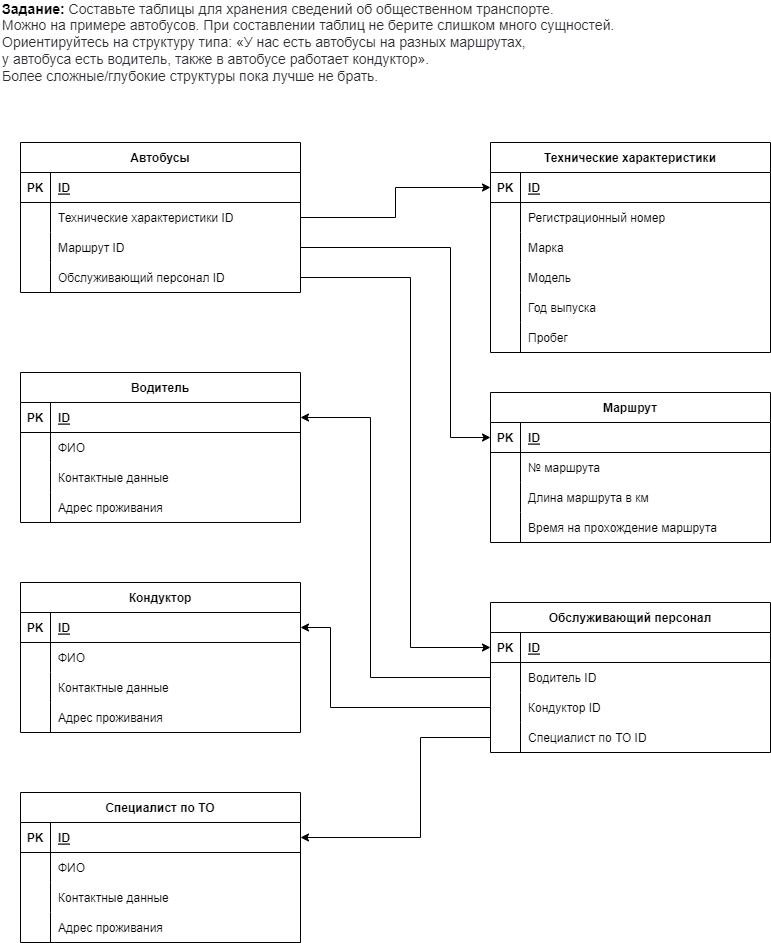
Before: Data_bases_hw_1/Data_Base_BUS.drawio.png, a diagram exported from draw.io (CrazyKirpich/GeekBrains_Data_Bases_Course). Source tidied: cells renumbered, new cells last; positions are measured from the earlier drawing's top-left corner, leaving out a move shared by most shapes.
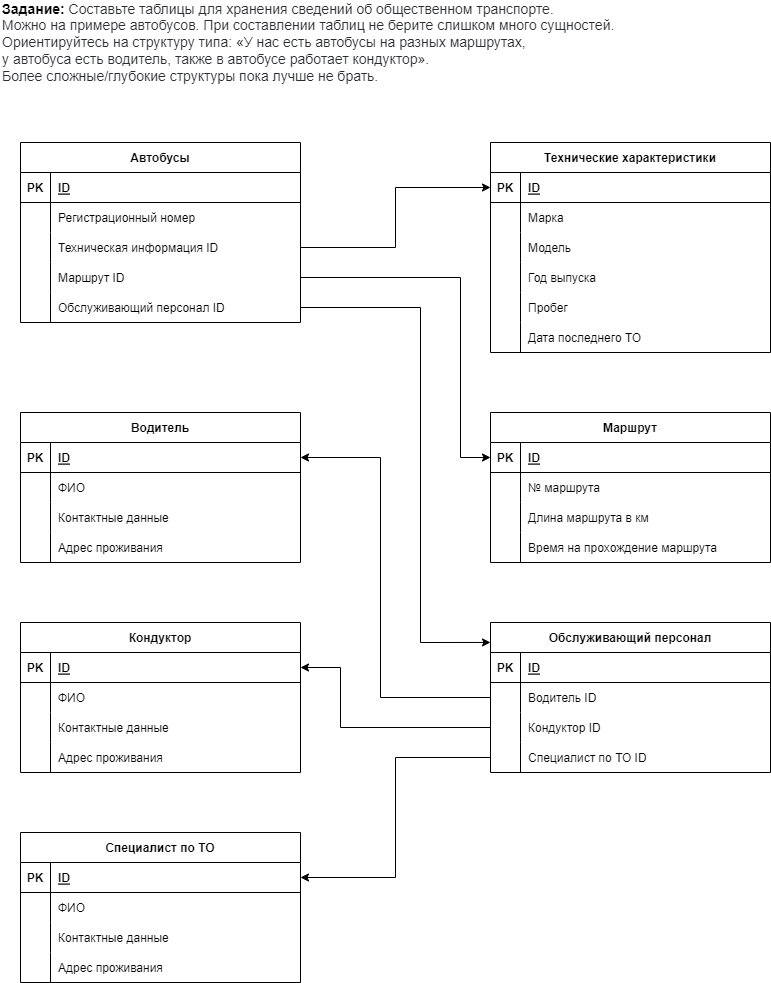
After the change.

Commit message:
fix Data_bases_hw_1

Change to the diagram source:
```diff
@@ -3,7 +3,7 @@
     <mxCell id="0" />
     <mxCell id="1" parent="0" />
     <mxCell id="2" value="Автобусы" style="shape=table;startSize=30;rowLines=0;fontStyle=1;align=center;" parent="1" vertex="1">
-      <mxGeometry x="20" y="140" width="280" height="150" as="geometry" />
+      <mxGeometry x="20" y="140" width="280" height="180" as="geometry" />
     </mxCell>
     <mxCell id="3" style="shape=tableRow;horizontal=0;startSize=0;swimlaneHead=0;swimlaneBody=0;fillColor=none;top=0;left=0;right=0;bottom=1;" parent="2" vertex="1">
       <mxGeometry y="30" width="280" height="30" as="geometry" />
@@ -14,17 +14,26 @@
     <mxCell id="5" value="ID" style="shape=partialRectangle;fillColor=none;top=0;left=0;bottom=0;right=0;align=left;spacingLeft=6;fontStyle=5;overflow=hidden;" parent="3" vertex="1">
       <mxGeometry x="30" width="250" height="30" as="geometry" />
     </mxCell>
+    <mxCell id="106" style="shape=tableRow;horizontal=0;startSize=0;swimlaneHead=0;swimlaneBody=0;fillColor=none;top=0;left=0;right=0;bottom=0;" parent="2" vertex="1">
+      <mxGeometry y="60" width="280" height="30" as="geometry" />
+    </mxCell>
+    <mxCell id="107" style="shape=partialRectangle;fillColor=none;top=0;left=0;bottom=0;right=0;overflow=hidden;" parent="106" vertex="1">
+      <mxGeometry width="30" height="30" as="geometry" />
+    </mxCell>
+    <mxCell id="108" value="Регистрационный номер" style="shape=partialRectangle;fillColor=none;top=0;left=0;bottom=0;right=0;align=left;spacingLeft=6;overflow=hidden;" parent="106" vertex="1">
+      <mxGeometry x="30" width="250" height="30" as="geometry" />
+    </mxCell>
     <mxCell id="6" style="shape=tableRow;horizontal=0;startSize=0;swimlaneHead=0;swimlaneBody=0;fillColor=none;points=[[0,0.5],[1,0.5]];portConstraint=eastwest;top=0;left=0;right=0;bottom=0;" parent="2" vertex="1">
-      <mxGeometry y="60" width="280" height="30" as="geometry" />
+      <mxGeometry y="90" width="280" height="30" as="geometry" />
     </mxCell>
     <mxCell id="7" style="shape=partialRectangle;fillColor=none;top=0;left=0;bottom=0;right=0;overflow=hidden;" parent="6" vertex="1">
       <mxGeometry width="30" height="30" as="geometry" />
     </mxCell>
-    <mxCell id="8" value="Технические характеристики ID" style="shape=partialRectangle;fillColor=none;top=0;left=0;bottom=0;right=0;align=left;spacingLeft=6;overflow=hidden;" parent="6" vertex="1">
+    <mxCell id="8" value="Техническая информация ID" style="shape=partialRectangle;fillColor=none;top=0;left=0;bottom=0;right=0;align=left;spacingLeft=6;overflow=hidden;" parent="6" vertex="1">
       <mxGeometry x="30" width="250" height="30" as="geometry" />
     </mxCell>
     <mxCell id="9" style="shape=tableRow;horizontal=0;startSize=0;swimlaneHead=0;swimlaneBody=0;fillColor=none;points=[[0,0.5],[1,0.5]];portConstraint=eastwest;top=0;left=0;right=0;bottom=0;" parent="2" vertex="1">
-      <mxGeometry y="90" width="280" height="30" as="geometry" />
+      <mxGeometry y="120" width="280" height="30" as="geometry" />
     </mxCell>
     <mxCell id="10" style="shape=partialRectangle;fillColor=none;top=0;left=0;bottom=0;right=0;overflow=hidden;" parent="9" vertex="1">
       <mxGeometry width="30" height="30" as="geometry" />
@@ -33,7 +42,7 @@
       <mxGeometry x="30" width="250" height="30" as="geometry" />
     </mxCell>
     <mxCell id="12" style="shape=tableRow;horizontal=0;startSize=0;swimlaneHead=0;swimlaneBody=0;fillColor=none;points=[[0,0.5],[1,0.5]];portConstraint=eastwest;top=0;left=0;right=0;bottom=0;" parent="2" vertex="1">
-      <mxGeometry y="120" width="280" height="30" as="geometry" />
+      <mxGeometry y="150" width="280" height="30" as="geometry" />
     </mxCell>
     <mxCell id="13" style="shape=partialRectangle;fillColor=none;top=0;left=0;bottom=0;right=0;overflow=hidden;" parent="12" vertex="1">
       <mxGeometry width="30" height="30" as="geometry" />
@@ -53,44 +62,35 @@
     <mxCell id="18" value="ID" style="shape=partialRectangle;fillColor=none;top=0;left=0;bottom=0;right=0;align=left;spacingLeft=6;fontStyle=5;overflow=hidden;" parent="16" vertex="1">
       <mxGeometry x="30" width="250" height="30" as="geometry" />
     </mxCell>
-    <mxCell id="19" style="shape=tableRow;horizontal=0;startSize=0;swimlaneHead=0;swimlaneBody=0;fillColor=none;top=0;left=0;right=0;bottom=0;strokeColor=default;" parent="15" vertex="1">
-      <mxGeometry y="60" width="280" height="30" as="geometry" />
-    </mxCell>
-    <mxCell id="20" style="shape=partialRectangle;fillColor=none;top=0;left=0;bottom=0;right=0;overflow=hidden;strokeColor=default;" parent="19" vertex="1">
-      <mxGeometry width="30" height="30" as="geometry" />
-    </mxCell>
-    <mxCell id="21" value="Регистрационный номер" style="shape=partialRectangle;fillColor=none;top=0;left=0;bottom=0;right=0;align=left;spacingLeft=6;overflow=hidden;strokeColor=default;" parent="19" vertex="1">
-      <mxGeometry x="30" width="250" height="30" as="geometry" />
-    </mxCell>
+    <mxCell id="109" style="shape=tableRow;horizontal=0;startSize=0;swimlaneHead=0;swimlaneBody=0;fillColor=none;top=0;left=0;right=0;bottom=0;" parent="15" vertex="1">
+      <mxGeometry y="60" width="280" height="30" as="geometry" />
+    </mxCell>
+    <mxCell id="110" style="shape=partialRectangle;fillColor=none;top=0;left=0;bottom=0;right=0;overflow=hidden;" parent="109" vertex="1">
+      <mxGeometry width="30" height="30" as="geometry" />
+    </mxCell>
+    <mxCell id="24" value="Марка" style="shape=partialRectangle;fillColor=none;top=0;left=0;bottom=0;right=0;align=left;spacingLeft=6;overflow=hidden;" parent="109" vertex="1">
+      <mxGeometry x="30" width="250" height="30" as="geometry" />
+    </mxCell>
     <mxCell id="22" style="shape=tableRow;horizontal=0;startSize=0;swimlaneHead=0;swimlaneBody=0;fillColor=none;top=0;left=0;right=0;bottom=0;" parent="15" vertex="1">
       <mxGeometry y="90" width="280" height="30" as="geometry" />
     </mxCell>
-    <mxCell id="23" style="shape=partialRectangle;fillColor=none;top=0;left=0;bottom=0;right=0;overflow=hidden;" parent="22" vertex="1">
-      <mxGeometry width="30" height="30" as="geometry" />
-    </mxCell>
-    <mxCell id="24" value="Марка " style="shape=partialRectangle;fillColor=none;top=0;left=0;bottom=0;right=0;align=left;spacingLeft=6;overflow=hidden;" parent="22" vertex="1">
-      <mxGeometry x="30" width="250" height="30" as="geometry" />
-    </mxCell>
+    <mxCell id="111" style="shape=partialRectangle;fillColor=none;top=0;left=0;bottom=0;right=0;overflow=hidden;" parent="22" vertex="1">
+      <mxGeometry width="30" height="30" as="geometry" />
+    </mxCell>
+    <mxCell id="27" value="Модель" style="shape=partialRectangle;fillColor=none;top=0;left=0;bottom=0;right=0;align=left;spacingLeft=6;overflow=hidden;" parent="22" vertex="1">
+      <mxGeometry x="30" width="250" height="30" as="geometry" />
+    </mxCell>
     <mxCell id="25" style="shape=tableRow;horizontal=0;startSize=0;swimlaneHead=0;swimlaneBody=0;fillColor=none;top=0;left=0;right=0;bottom=0;" parent="15" vertex="1">
       <mxGeometry y="120" width="280" height="30" as="geometry" />
     </mxCell>
-    <mxCell id="26" style="shape=partialRectangle;fillColor=none;top=0;left=0;bottom=0;right=0;overflow=hidden;" parent="25" vertex="1">
-      <mxGeometry width="30" height="30" as="geometry" />
-    </mxCell>
-    <mxCell id="27" value="Модель" style="shape=partialRectangle;fillColor=none;top=0;left=0;bottom=0;right=0;align=left;spacingLeft=6;overflow=hidden;" parent="25" vertex="1">
-      <mxGeometry x="30" width="250" height="30" as="geometry" />
-    </mxCell>
-    <mxCell id="28" style="shape=tableRow;horizontal=0;startSize=0;swimlaneHead=0;swimlaneBody=0;fillColor=none;top=0;left=0;right=0;bottom=0;" parent="15" vertex="1">
-      <mxGeometry y="150" width="280" height="30" as="geometry" />
-    </mxCell>
-    <mxCell id="29" style="shape=partialRectangle;fillColor=none;top=0;left=0;bottom=0;right=0;overflow=hidden;" parent="28" vertex="1">
-      <mxGeometry width="30" height="30" as="geometry" />
-    </mxCell>
+    <mxCell id="112" style="shape=partialRectangle;fillColor=none;top=0;left=0;bottom=0;right=0;overflow=hidden;" parent="25" vertex="1">
+      <mxGeometry width="30" height="30" as="geometry" />
+    </mxCell>
-    <mxCell id="30" value="Год выпуска" style="shape=partialRectangle;fillColor=none;top=0;left=0;bottom=0;right=0;align=left;spacingLeft=6;overflow=hidden;" parent="28" vertex="1">
+    <mxCell id="30" value="Год выпуска" style="shape=partialRectangle;fillColor=none;top=0;left=0;bottom=0;right=0;align=left;spacingLeft=6;overflow=hidden;" parent="25" vertex="1">
       <mxGeometry x="30" width="250" height="30" as="geometry" />
     </mxCell>
     <mxCell id="31" style="shape=tableRow;horizontal=0;startSize=0;swimlaneHead=0;swimlaneBody=0;fillColor=none;top=0;left=0;right=0;bottom=0;strokeColor=default;" parent="15" vertex="1">
-      <mxGeometry y="180" width="280" height="30" as="geometry" />
+      <mxGeometry y="150" width="280" height="30" as="geometry" />
     </mxCell>
     <mxCell id="32" style="shape=partialRectangle;fillColor=none;top=0;left=0;bottom=0;right=0;overflow=hidden;strokeColor=default;" parent="31" vertex="1">
       <mxGeometry width="30" height="30" as="geometry" />
@@ -98,8 +98,17 @@
     <mxCell id="33" value="Пробег" style="shape=partialRectangle;fillColor=none;top=0;left=0;bottom=0;right=0;align=left;spacingLeft=6;overflow=hidden;strokeColor=default;" parent="31" vertex="1">
       <mxGeometry x="30" width="250" height="30" as="geometry" />
     </mxCell>
+    <mxCell id="19" style="shape=tableRow;horizontal=0;startSize=0;swimlaneHead=0;swimlaneBody=0;fillColor=none;top=0;left=0;right=0;bottom=0;strokeColor=default;" parent="15" vertex="1">
+      <mxGeometry y="180" width="280" height="30" as="geometry" />
+    </mxCell>
+    <mxCell id="20" style="shape=partialRectangle;fillColor=none;top=0;left=0;bottom=0;right=0;overflow=hidden;strokeColor=default;" parent="19" vertex="1">
+      <mxGeometry width="30" height="30" as="geometry" />
+    </mxCell>
+    <mxCell id="21" value="Дата последнего ТО" style="shape=partialRectangle;fillColor=none;top=0;left=0;bottom=0;right=0;align=left;spacingLeft=6;overflow=hidden;strokeColor=default;" parent="19" vertex="1">
+      <mxGeometry x="30" width="250" height="30" as="geometry" />
+    </mxCell>
     <mxCell id="34" value="Маршрут" style="shape=table;startSize=30;rowLines=0;fontStyle=1;align=center;" parent="1" vertex="1">
-      <mxGeometry x="490" y="390" width="280" height="150" as="geometry" />
+      <mxGeometry x="490" y="410" width="280" height="150" as="geometry" />
     </mxCell>
     <mxCell id="35" style="shape=tableRow;horizontal=0;startSize=0;swimlaneHead=0;swimlaneBody=0;fillColor=none;points=[[0,0.5],[1,0.5]];portConstraint=eastwest;top=0;left=0;right=0;bottom=1;" parent="34" vertex="1">
       <mxGeometry y="30" width="280" height="30" as="geometry" />
@@ -138,7 +147,7 @@
       <mxGeometry x="30" width="250" height="30" as="geometry" />
     </mxCell>
     <mxCell id="47" value="Обслуживающий персонал" style="shape=table;startSize=30;rowLines=0;fontStyle=1;align=center;" parent="1" vertex="1">
-      <mxGeometry x="490" y="600" width="280" height="150" as="geometry" />
+      <mxGeometry x="490" y="620" width="280" height="150" as="geometry" />
     </mxCell>
     <mxCell id="48" style="shape=tableRow;horizontal=0;startSize=0;swimlaneHead=0;swimlaneBody=0;fillColor=none;points=[[0,0.5],[1,0.5]];portConstraint=eastwest;top=0;left=0;right=0;bottom=1;" parent="47" vertex="1">
       <mxGeometry y="30" width="280" height="30" as="geometry" />
@@ -180,7 +189,7 @@
       <mxGeometry width="630" height="80" as="geometry" />
     </mxCell>
     <mxCell id="61" value="Водитель" style="shape=table;startSize=30;rowLines=0;fontStyle=1;align=center;" parent="1" vertex="1">
-      <mxGeometry x="20" y="370" width="280" height="150" as="geometry" />
+      <mxGeometry x="20" y="410" width="280" height="150" as="geometry" />
     </mxCell>
     <mxCell id="62" style="shape=tableRow;horizontal=0;startSize=0;swimlaneHead=0;swimlaneBody=0;fillColor=none;points=[[0,0.5],[1,0.5]];portConstraint=eastwest;top=0;left=0;right=0;bottom=1;" parent="61" vertex="1">
       <mxGeometry y="30" width="280" height="30" as="geometry" />
@@ -221,32 +230,8 @@
     <mxCell id="74" style="edgeStyle=orthogonalEdgeStyle;rounded=0;jettySize=auto;html=1;entryX=0;entryY=0.5;entryDx=0;entryDy=0;" parent="1" edge="1" source="6" target="16">
       <mxGeometry relative="1" as="geometry" />
     </mxCell>
-    <mxCell id="75" style="edgeStyle=orthogonalEdgeStyle;rounded=0;jettySize=auto;html=1;entryX=0;entryY=0.5;entryDx=0;entryDy=0;" parent="1" edge="1" source="9" target="35">
-      <mxGeometry relative="1" as="geometry">
-        <Array as="points">
-          <mxPoint x="450" y="245" />
-          <mxPoint x="450" y="435" />
-        </Array>
-      </mxGeometry>
-    </mxCell>
-    <mxCell id="76" style="edgeStyle=orthogonalEdgeStyle;rounded=0;jettySize=auto;html=1;entryX=0;entryY=0.5;entryDx=0;entryDy=0;" parent="1" edge="1" source="12" target="48">
-      <mxGeometry relative="1" as="geometry">
-        <Array as="points">
-          <mxPoint x="410" y="275" />
-          <mxPoint x="410" y="645" />
-        </Array>
-      </mxGeometry>
-    </mxCell>
-    <mxCell id="77" style="edgeStyle=orthogonalEdgeStyle;rounded=0;jettySize=auto;html=1;entryX=1;entryY=0.5;entryDx=0;entryDy=0;" parent="1" edge="1" source="51" target="62">
-      <mxGeometry relative="1" as="geometry">
-        <Array as="points">
-          <mxPoint x="370" y="675" />
-          <mxPoint x="370" y="415" />
-        </Array>
-      </mxGeometry>
-    </mxCell>
     <mxCell id="78" value="Кондуктор" style="shape=table;startSize=30;rowLines=0;fontStyle=1;align=center;" parent="1" vertex="1">
-      <mxGeometry x="20" y="580" width="280" height="150" as="geometry" />
+      <mxGeometry x="20" y="620" width="280" height="150" as="geometry" />
     </mxCell>
     <mxCell id="79" style="shape=tableRow;horizontal=0;startSize=0;swimlaneHead=0;swimlaneBody=0;fillColor=none;points=[[0,0.5],[1,0.5]];portConstraint=eastwest;top=0;left=0;right=0;bottom=1;" parent="78" vertex="1">
       <mxGeometry y="30" width="280" height="30" as="geometry" />
@@ -284,16 +269,8 @@
     <mxCell id="90" value="Адрес проживания" style="shape=partialRectangle;fillColor=none;top=0;left=0;bottom=0;right=0;align=left;spacingLeft=6;overflow=hidden;" parent="88" vertex="1">
       <mxGeometry x="30" width="250" height="30" as="geometry" />
     </mxCell>
-    <mxCell id="91" style="edgeStyle=orthogonalEdgeStyle;rounded=0;jettySize=auto;html=1;entryX=1;entryY=0.5;entryDx=0;entryDy=0;" parent="1" edge="1" source="54" target="79">
-      <mxGeometry relative="1" as="geometry">
-        <Array as="points">
-          <mxPoint x="330" y="705" />
-          <mxPoint x="330" y="625" />
-        </Array>
-      </mxGeometry>
-    </mxCell>
     <mxCell id="92" value="Специалист по ТО" style="shape=table;startSize=30;rowLines=0;fontStyle=1;align=center;" parent="1" vertex="1">
-      <mxGeometry x="20" y="790" width="280" height="150" as="geometry" />
+      <mxGeometry x="20" y="830" width="280" height="150" as="geometry" />
     </mxCell>
     <mxCell id="93" style="shape=tableRow;horizontal=0;startSize=0;swimlaneHead=0;swimlaneBody=0;fillColor=none;points=[[0,0.5],[1,0.5]];portConstraint=eastwest;top=0;left=0;right=0;bottom=1;" parent="92" vertex="1">
       <mxGeometry y="30" width="280" height="30" as="geometry" />
@@ -331,13 +308,40 @@
     <mxCell id="104" value="Адрес проживания" style="shape=partialRectangle;fillColor=none;top=0;left=0;bottom=0;right=0;align=left;spacingLeft=6;overflow=hidden;" parent="102" vertex="1">
       <mxGeometry x="30" width="250" height="30" as="geometry" />
     </mxCell>
+    <mxCell id="75" style="edgeStyle=orthogonalEdgeStyle;rounded=0;jettySize=auto;html=1;entryX=0;entryY=0.5;entryDx=0;entryDy=0;" parent="1" edge="1" source="9" target="35">
+      <mxGeometry relative="1" as="geometry">
+        <Array as="points">
+          <mxPoint x="460" y="275" />
+          <mxPoint x="460" y="455" />
+        </Array>
+      </mxGeometry>
+    </mxCell>
+    <mxCell id="113" style="edgeStyle=orthogonalEdgeStyle;rounded=0;jettySize=auto;html=1;entryX=0;entryY=0.133;entryDx=0;entryDy=0;entryPerimeter=0;" parent="1" edge="1" source="12" target="47">
+      <mxGeometry relative="1" as="geometry">
+        <Array as="points">
+          <mxPoint x="420" y="305" />
+          <mxPoint x="420" y="640" />
+        </Array>
+      </mxGeometry>
+    </mxCell>
+    <mxCell id="77" style="edgeStyle=orthogonalEdgeStyle;rounded=0;jettySize=auto;html=1;entryX=1;entryY=0.5;entryDx=0;entryDy=0;" parent="1" edge="1" source="51" target="62">
+      <mxGeometry relative="1" as="geometry">
+        <Array as="points">
+          <mxPoint x="380" y="695" />
+          <mxPoint x="380" y="455" />
+        </Array>
+      </mxGeometry>
+    </mxCell>
+    <mxCell id="91" style="edgeStyle=orthogonalEdgeStyle;rounded=0;jettySize=auto;html=1;entryX=1;entryY=0.5;entryDx=0;entryDy=0;" parent="1" edge="1" source="54" target="79">
+      <mxGeometry relative="1" as="geometry">
+        <Array as="points">
+          <mxPoint x="340" y="725" />
+          <mxPoint x="340" y="665" />
+        </Array>
+      </mxGeometry>
+    </mxCell>
-    <mxCell id="105" style="edgeStyle=orthogonalEdgeStyle;rounded=0;jettySize=auto;html=1;entryX=1;entryY=0.5;entryDx=0;entryDy=0;" parent="1" edge="1" source="57" target="93">
-      <mxGeometry relative="1" as="geometry">
-        <Array as="points">
-          <mxPoint x="420" y="735" />
-          <mxPoint x="420" y="835" />
-        </Array>
-      </mxGeometry>
+    <mxCell id="105" style="edgeStyle=orthogonalEdgeStyle;rounded=0;jettySize=auto;html=1;exitX=0;exitY=0.5;exitDx=0;exitDy=0;entryX=1;entryY=0.5;entryDx=0;entryDy=0;" parent="1" edge="1" source="57" target="93">
+      <mxGeometry relative="1" as="geometry" />
     </mxCell>
   </root>
 </mxGraphModel>
```
